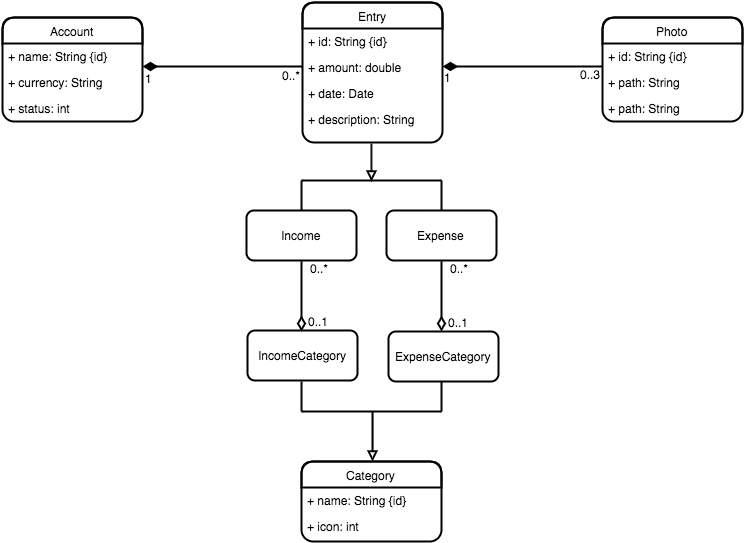
susana1710/libro-pasantia keeps this draw.io diagram as imagenes/class_diagram_mobile.png. Above is the earlier version. Source tidied: cells renumbered, new cells last; positions are measured from the earlier drawing's top-left corner, leaving out a move shared by most shapes.
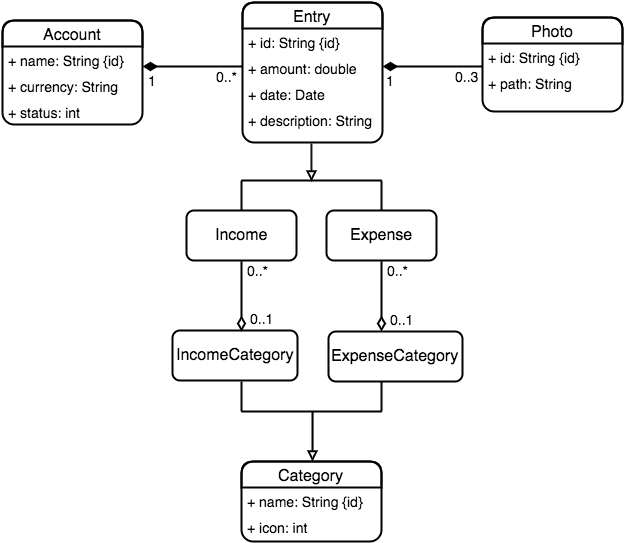
Above is the later version.

The edit, as a diff of the source:
```diff
@@ -2,80 +2,77 @@
   <root>
     <mxCell id="0" />
     <mxCell id="1" parent="0" />
-    <mxCell id="2" value="Account" style="swimlane;html=1;fontStyle=0;horizontal=1;startSize=26;fillColor=none;swimlaneFillColor=#ffffff;rounded=1;strokeWidth=2;" parent="1" vertex="1">
-      <mxGeometry y="15" width="140" height="104" as="geometry" />
+    <mxCell id="2" value="&lt;font style=&quot;font-size: 16px&quot;&gt;Account&lt;/font&gt;" style="swimlane;html=1;fontStyle=0;horizontal=1;startSize=26;fillColor=none;swimlaneFillColor=#ffffff;rounded=1;strokeWidth=2;" parent="1" vertex="1">
+      <mxGeometry x="60" y="18" width="140" height="104" as="geometry" />
     </mxCell>
-    <mxCell id="3" value="+ name: String {id}" style="text;html=1;strokeColor=none;fillColor=none;align=left;verticalAlign=top;spacingLeft=4;spacingRight=4;whiteSpace=wrap;overflow=hidden;" parent="2" vertex="1">
+    <mxCell id="3" value="&lt;font style=&quot;font-size: 14px&quot;&gt;+ name: String {id}&lt;/font&gt;" style="text;html=1;strokeColor=none;fillColor=none;align=left;verticalAlign=top;spacingLeft=4;spacingRight=4;whiteSpace=wrap;overflow=hidden;" parent="2" vertex="1">
       <mxGeometry y="26" width="140" height="26" as="geometry" />
     </mxCell>
-    <mxCell id="4" value="+ currency: String" style="text;html=1;strokeColor=none;fillColor=none;align=left;verticalAlign=top;spacingLeft=4;spacingRight=4;whiteSpace=wrap;overflow=hidden;" parent="2" vertex="1">
+    <mxCell id="4" value="&lt;font style=&quot;font-size: 14px&quot;&gt;+ currency: String&lt;/font&gt;" style="text;html=1;strokeColor=none;fillColor=none;align=left;verticalAlign=top;spacingLeft=4;spacingRight=4;whiteSpace=wrap;overflow=hidden;" parent="2" vertex="1">
       <mxGeometry y="52" width="140" height="26" as="geometry" />
     </mxCell>
-    <mxCell id="5" value="+ status: int" style="text;html=1;strokeColor=none;fillColor=none;align=left;verticalAlign=top;spacingLeft=4;spacingRight=4;whiteSpace=wrap;overflow=hidden;" parent="2" vertex="1">
+    <mxCell id="5" value="&lt;font style=&quot;font-size: 14px&quot;&gt;+ status: int&lt;/font&gt;" style="text;html=1;strokeColor=none;fillColor=none;align=left;verticalAlign=top;spacingLeft=4;spacingRight=4;whiteSpace=wrap;overflow=hidden;" parent="2" vertex="1">
       <mxGeometry y="78" width="140" height="26" as="geometry" />
     </mxCell>
-    <mxCell id="6" value="Entry" style="swimlane;html=1;fontStyle=0;horizontal=1;startSize=26;fillColor=none;swimlaneFillColor=#ffffff;rounded=1;strokeWidth=2;" parent="1" vertex="1">
+    <mxCell id="6" value="&lt;font style=&quot;font-size: 16px&quot;&gt;Entry&lt;/font&gt;" style="swimlane;html=1;fontStyle=0;horizontal=1;startSize=26;fillColor=none;swimlaneFillColor=#ffffff;rounded=1;strokeWidth=2;" parent="1" vertex="1">
       <mxGeometry x="300" width="140" height="140" as="geometry" />
     </mxCell>
-    <mxCell id="7" value="+ id: String {id}" style="text;html=1;strokeColor=none;fillColor=none;align=left;verticalAlign=top;spacingLeft=4;spacingRight=4;whiteSpace=wrap;overflow=hidden;" parent="6" vertex="1">
+    <mxCell id="7" value="&lt;font style=&quot;font-size: 14px&quot;&gt;+ id: String {id}&lt;/font&gt;" style="text;html=1;strokeColor=none;fillColor=none;align=left;verticalAlign=top;spacingLeft=4;spacingRight=4;whiteSpace=wrap;overflow=hidden;" parent="6" vertex="1">
       <mxGeometry y="26" width="140" height="26" as="geometry" />
     </mxCell>
-    <mxCell id="8" value="+ amount: double" style="text;html=1;strokeColor=none;fillColor=none;align=left;verticalAlign=top;spacingLeft=4;spacingRight=4;whiteSpace=wrap;overflow=hidden;" parent="6" vertex="1">
+    <mxCell id="8" value="&lt;font style=&quot;font-size: 14px&quot;&gt;+ amount: double&lt;/font&gt;" style="text;html=1;strokeColor=none;fillColor=none;align=left;verticalAlign=top;spacingLeft=4;spacingRight=4;whiteSpace=wrap;overflow=hidden;" parent="6" vertex="1">
       <mxGeometry y="52" width="140" height="26" as="geometry" />
     </mxCell>
-    <mxCell id="9" value="+ date: Date" style="text;html=1;strokeColor=none;fillColor=none;align=left;verticalAlign=top;spacingLeft=4;spacingRight=4;whiteSpace=wrap;overflow=hidden;" parent="6" vertex="1">
+    <mxCell id="9" value="&lt;font style=&quot;font-size: 14px&quot;&gt;+ date: Date&lt;/font&gt;" style="text;html=1;strokeColor=none;fillColor=none;align=left;verticalAlign=top;spacingLeft=4;spacingRight=4;whiteSpace=wrap;overflow=hidden;" parent="6" vertex="1">
       <mxGeometry y="78" width="140" height="26" as="geometry" />
     </mxCell>
-    <mxCell id="10" value="+ description: String" style="text;html=1;strokeColor=none;fillColor=none;align=left;verticalAlign=top;spacingLeft=4;spacingRight=4;whiteSpace=wrap;overflow=hidden;" parent="6" vertex="1">
+    <mxCell id="10" value="&lt;font style=&quot;font-size: 14px&quot;&gt;+ description: String&lt;/font&gt;" style="text;html=1;strokeColor=none;fillColor=none;align=left;verticalAlign=top;spacingLeft=4;spacingRight=4;whiteSpace=wrap;overflow=hidden;" parent="6" vertex="1">
       <mxGeometry y="104" width="140" height="26" as="geometry" />
     </mxCell>
-    <mxCell id="11" value="Income" style="html=1;rounded=1;strokeWidth=2;" parent="1" vertex="1">
+    <mxCell id="11" value="&lt;font style=&quot;font-size: 16px&quot;&gt;Income&lt;/font&gt;" style="html=1;rounded=1;strokeWidth=2;" parent="1" vertex="1">
       <mxGeometry x="244" y="208" width="110" height="50" as="geometry" />
     </mxCell>
-    <mxCell id="12" value="Expense" style="html=1;rounded=1;strokeWidth=2;" parent="1" vertex="1">
+    <mxCell id="12" value="&lt;font style=&quot;font-size: 16px&quot;&gt;Expense&lt;/font&gt;" style="html=1;rounded=1;strokeWidth=2;" parent="1" vertex="1">
       <mxGeometry x="384" y="208" width="110" height="50" as="geometry" />
     </mxCell>
-    <mxCell id="13" value="Category" style="swimlane;html=1;fontStyle=0;horizontal=1;startSize=26;fillColor=none;swimlaneFillColor=#ffffff;rounded=1;strokeWidth=2;" parent="1" vertex="1">
+    <mxCell id="13" value="&lt;font style=&quot;font-size: 16px&quot;&gt;Category&lt;/font&gt;" style="swimlane;html=1;fontStyle=0;horizontal=1;startSize=26;fillColor=none;swimlaneFillColor=#ffffff;rounded=1;strokeWidth=2;" parent="1" vertex="1">
       <mxGeometry x="299" y="459" width="140" height="80" as="geometry" />
     </mxCell>
-    <mxCell id="14" value="+ name: String {id}" style="text;html=1;strokeColor=none;fillColor=none;align=left;verticalAlign=top;spacingLeft=4;spacingRight=4;whiteSpace=wrap;overflow=hidden;" parent="13" vertex="1">
+    <mxCell id="14" value="&lt;font style=&quot;font-size: 14px&quot;&gt;+ name: String {id}&lt;/font&gt;" style="text;html=1;strokeColor=none;fillColor=none;align=left;verticalAlign=top;spacingLeft=4;spacingRight=4;whiteSpace=wrap;overflow=hidden;" parent="13" vertex="1">
       <mxGeometry y="26" width="140" height="26" as="geometry" />
     </mxCell>
-    <mxCell id="15" value="+ icon: int" style="text;html=1;strokeColor=none;fillColor=none;align=left;verticalAlign=top;spacingLeft=4;spacingRight=4;whiteSpace=wrap;overflow=hidden;" parent="13" vertex="1">
+    <mxCell id="15" value="&lt;font style=&quot;font-size: 14px&quot;&gt;+ icon: int&lt;/font&gt;" style="text;html=1;strokeColor=none;fillColor=none;align=left;verticalAlign=top;spacingLeft=4;spacingRight=4;whiteSpace=wrap;overflow=hidden;" parent="13" vertex="1">
       <mxGeometry y="52" width="140" height="26" as="geometry" />
     </mxCell>
-    <mxCell id="16" value="IncomeCategory" style="html=1;rounded=1;strokeWidth=2;" parent="1" vertex="1">
-      <mxGeometry x="245" y="328" width="110" height="50" as="geometry" />
+    <mxCell id="16" value="&lt;font style=&quot;font-size: 16px&quot;&gt;IncomeCategory&lt;/font&gt;" style="html=1;rounded=1;strokeWidth=2;" parent="1" vertex="1">
+      <mxGeometry x="230" y="328" width="125" height="50" as="geometry" />
     </mxCell>
-    <mxCell id="17" value="ExpenseCategory" style="html=1;rounded=1;strokeWidth=2;" parent="1" vertex="1">
-      <mxGeometry x="386" y="329" width="110" height="50" as="geometry" />
+    <mxCell id="17" value="&lt;font style=&quot;font-size: 16px&quot;&gt;ExpenseCategory&lt;/font&gt;" style="html=1;rounded=1;strokeWidth=2;" parent="1" vertex="1">
+      <mxGeometry x="386" y="329" width="134" height="50" as="geometry" />
     </mxCell>
-    <mxCell id="18" value="Photo" style="swimlane;html=1;fontStyle=0;horizontal=1;startSize=26;fillColor=none;swimlaneFillColor=#ffffff;rounded=1;strokeWidth=2;" parent="1" vertex="1">
-      <mxGeometry x="600" y="15" width="140" height="104" as="geometry" />
+    <mxCell id="18" value="&lt;font style=&quot;font-size: 16px&quot;&gt;Photo&lt;/font&gt;" style="swimlane;html=1;fontStyle=0;horizontal=1;startSize=26;fillColor=none;swimlaneFillColor=#ffffff;rounded=1;strokeWidth=2;" parent="1" vertex="1">
+      <mxGeometry x="540" y="15" width="140" height="94" as="geometry" />
     </mxCell>
-    <mxCell id="19" value="+ id: String {id}&lt;div&gt;&lt;br&gt;&lt;/div&gt;" style="text;html=1;strokeColor=none;fillColor=none;align=left;verticalAlign=top;spacingLeft=4;spacingRight=4;whiteSpace=wrap;overflow=hidden;" parent="18" vertex="1">
+    <mxCell id="19" value="&lt;font style=&quot;font-size: 14px&quot;&gt;+ id: String {id}&lt;/font&gt;&lt;div&gt;&lt;br&gt;&lt;/div&gt;" style="text;html=1;strokeColor=none;fillColor=none;align=left;verticalAlign=top;spacingLeft=4;spacingRight=4;whiteSpace=wrap;overflow=hidden;" parent="18" vertex="1">
       <mxGeometry y="26" width="140" height="26" as="geometry" />
     </mxCell>
-    <mxCell id="20" value="+ path: String&lt;div&gt;&lt;br&gt;&lt;/div&gt;" style="text;html=1;strokeColor=none;fillColor=none;align=left;verticalAlign=top;spacingLeft=4;spacingRight=4;whiteSpace=wrap;overflow=hidden;" parent="18" vertex="1">
+    <mxCell id="20" value="&lt;font style=&quot;font-size: 14px&quot;&gt;+ path: String&lt;/font&gt;&lt;div&gt;&lt;br&gt;&lt;/div&gt;" style="text;html=1;strokeColor=none;fillColor=none;align=left;verticalAlign=top;spacingLeft=4;spacingRight=4;whiteSpace=wrap;overflow=hidden;" parent="18" vertex="1">
       <mxGeometry y="52" width="140" height="26" as="geometry" />
     </mxCell>
-    <mxCell id="21" value="+ path: String&lt;div&gt;&lt;br&gt;&lt;/div&gt;" style="text;html=1;strokeColor=none;fillColor=none;align=left;verticalAlign=top;spacingLeft=4;spacingRight=4;whiteSpace=wrap;overflow=hidden;" parent="18" vertex="1">
-      <mxGeometry y="78" width="140" height="26" as="geometry" />
-    </mxCell>
     <mxCell id="22" style="endArrow=none;html=1;edgeStyle=orthogonalEdgeStyle;strokeWidth=2;startArrow=diamondThin;startFill=1;startSize=10;" parent="1" edge="1">
       <mxGeometry relative="1" as="geometry">
-        <mxPoint x="140" y="64" as="sourcePoint" />
+        <mxPoint x="200" y="64" as="sourcePoint" />
         <mxPoint x="300" y="64" as="targetPoint" />
       </mxGeometry>
     </mxCell>
-    <mxCell id="23" value="1" style="html=1;align=left;verticalAlign=bottom;labelBackgroundColor=#ffffff;fontSize=12;" parent="22" vertex="1">
+    <mxCell id="23" value="1" style="html=1;align=left;verticalAlign=bottom;labelBackgroundColor=#ffffff;fontSize=14;" parent="22" vertex="1">
       <mxGeometry x="-1" relative="1" as="geometry">
-        <mxPoint y="21" as="offset" />
+        <mxPoint x="3" y="24" as="offset" />
       </mxGeometry>
     </mxCell>
-    <mxCell id="24" value="0..*" style="html=1;align=right;verticalAlign=bottom;labelBackgroundColor=#ffffff;fontSize=12;" parent="22" vertex="1">
+    <mxCell id="24" value="&lt;font style=&quot;font-size: 14px&quot;&gt;0..*&lt;/font&gt;" style="html=1;align=right;verticalAlign=bottom;labelBackgroundColor=#ffffff;fontSize=12;" parent="22" vertex="1">
       <mxGeometry x="1" relative="1" as="geometry">
-        <mxPoint y="18" as="offset" />
+        <mxPoint x="-3" y="20" as="offset" />
       </mxGeometry>
     </mxCell>
     <mxCell id="25" style="endArrow=block;html=1;endFill=0;strokeWidth=2;" parent="1" edge="1">
@@ -129,17 +126,17 @@
     <mxCell id="33" style="endArrow=none;html=1;edgeStyle=orthogonalEdgeStyle;strokeWidth=2;startArrow=diamondThin;startFill=1;startSize=10;" parent="1" edge="1">
       <mxGeometry x="440" y="65" as="geometry">
         <mxPoint x="440" y="64" as="sourcePoint" />
-        <mxPoint x="600" y="64" as="targetPoint" />
+        <mxPoint x="540" y="64" as="targetPoint" />
       </mxGeometry>
     </mxCell>
-    <mxCell id="34" value="1" style="html=1;align=left;verticalAlign=bottom;labelBackgroundColor=#ffffff;fontSize=12;" parent="33" vertex="1">
+    <mxCell id="34" value="&lt;font style=&quot;font-size: 14px&quot;&gt;1&lt;/font&gt;" style="html=1;align=left;verticalAlign=bottom;labelBackgroundColor=#ffffff;fontSize=12;" parent="33" vertex="1">
       <mxGeometry x="-1" relative="1" as="geometry">
-        <mxPoint x="-1" y="20" as="offset" />
+        <mxPoint x="1" y="24" as="offset" />
       </mxGeometry>
     </mxCell>
-    <mxCell id="35" value="0..3" style="html=1;align=right;verticalAlign=bottom;labelBackgroundColor=#ffffff;fontSize=12;" parent="33" vertex="1">
+    <mxCell id="35" value="&lt;font style=&quot;font-size: 14px&quot;&gt;0..3&lt;/font&gt;" style="html=1;align=right;verticalAlign=bottom;labelBackgroundColor=#ffffff;fontSize=12;" parent="33" vertex="1">
       <mxGeometry x="1" relative="1" as="geometry">
-        <mxPoint y="17" as="offset" />
+        <mxPoint x="-2" y="20" as="offset" />
       </mxGeometry>
     </mxCell>
     <mxCell id="36" style="endArrow=none;html=1;edgeStyle=orthogonalEdgeStyle;strokeWidth=2;startArrow=diamondThin;startFill=0;startSize=10;" parent="1" edge="1">
@@ -148,14 +145,14 @@
         <mxPoint x="439" y="259" as="targetPoint" />
       </mxGeometry>
     </mxCell>
-    <mxCell id="37" value="0..1" style="html=1;align=left;verticalAlign=bottom;labelBackgroundColor=#ffffff;fontSize=12;" parent="36" vertex="1">
+    <mxCell id="37" value="0..1" style="html=1;align=left;verticalAlign=bottom;labelBackgroundColor=#ffffff;fontSize=14;" parent="36" vertex="1">
       <mxGeometry x="-1" relative="1" as="geometry">
-        <mxPoint x="4" as="offset" />
+        <mxPoint x="6" y="-2" as="offset" />
       </mxGeometry>
     </mxCell>
-    <mxCell id="38" value="0..*" style="html=1;align=right;verticalAlign=bottom;labelBackgroundColor=#ffffff;fontSize=12;" parent="36" vertex="1">
+    <mxCell id="38" value="0..*" style="html=1;align=right;verticalAlign=bottom;labelBackgroundColor=#ffffff;fontSize=14;" parent="36" vertex="1">
       <mxGeometry x="1" relative="1" as="geometry">
-        <mxPoint x="29" y="16" as="offset" />
+        <mxPoint x="29" y="19" as="offset" />
       </mxGeometry>
     </mxCell>
     <mxCell id="39" style="endArrow=none;html=1;edgeStyle=orthogonalEdgeStyle;strokeWidth=2;startArrow=diamondThin;startFill=0;startSize=10;endFill=0;" parent="1" edge="1">
@@ -164,14 +161,14 @@
         <mxPoint x="299" y="259" as="targetPoint" />
       </mxGeometry>
     </mxCell>
-    <mxCell id="40" value="0..1" style="html=1;align=left;verticalAlign=bottom;labelBackgroundColor=#ffffff;fontSize=12;" parent="39" vertex="1">
+    <mxCell id="40" value="0..1" style="html=1;align=left;verticalAlign=bottom;labelBackgroundColor=#ffffff;fontSize=14;" parent="39" vertex="1">
       <mxGeometry x="-1" relative="1" as="geometry">
-        <mxPoint x="4" y="-1" as="offset" />
+        <mxPoint x="6" y="-3" as="offset" />
       </mxGeometry>
     </mxCell>
-    <mxCell id="41" value="0..*" style="html=1;align=right;verticalAlign=bottom;labelBackgroundColor=#ffffff;fontSize=12;" parent="39" vertex="1">
+    <mxCell id="41" value="0..*" style="html=1;align=right;verticalAlign=bottom;labelBackgroundColor=#ffffff;fontSize=14;" parent="39" vertex="1">
       <mxGeometry x="1" relative="1" as="geometry">
-        <mxPoint x="29" y="16" as="offset" />
+        <mxPoint x="29" y="19" as="offset" />
       </mxGeometry>
     </mxCell>
   </root>
```
